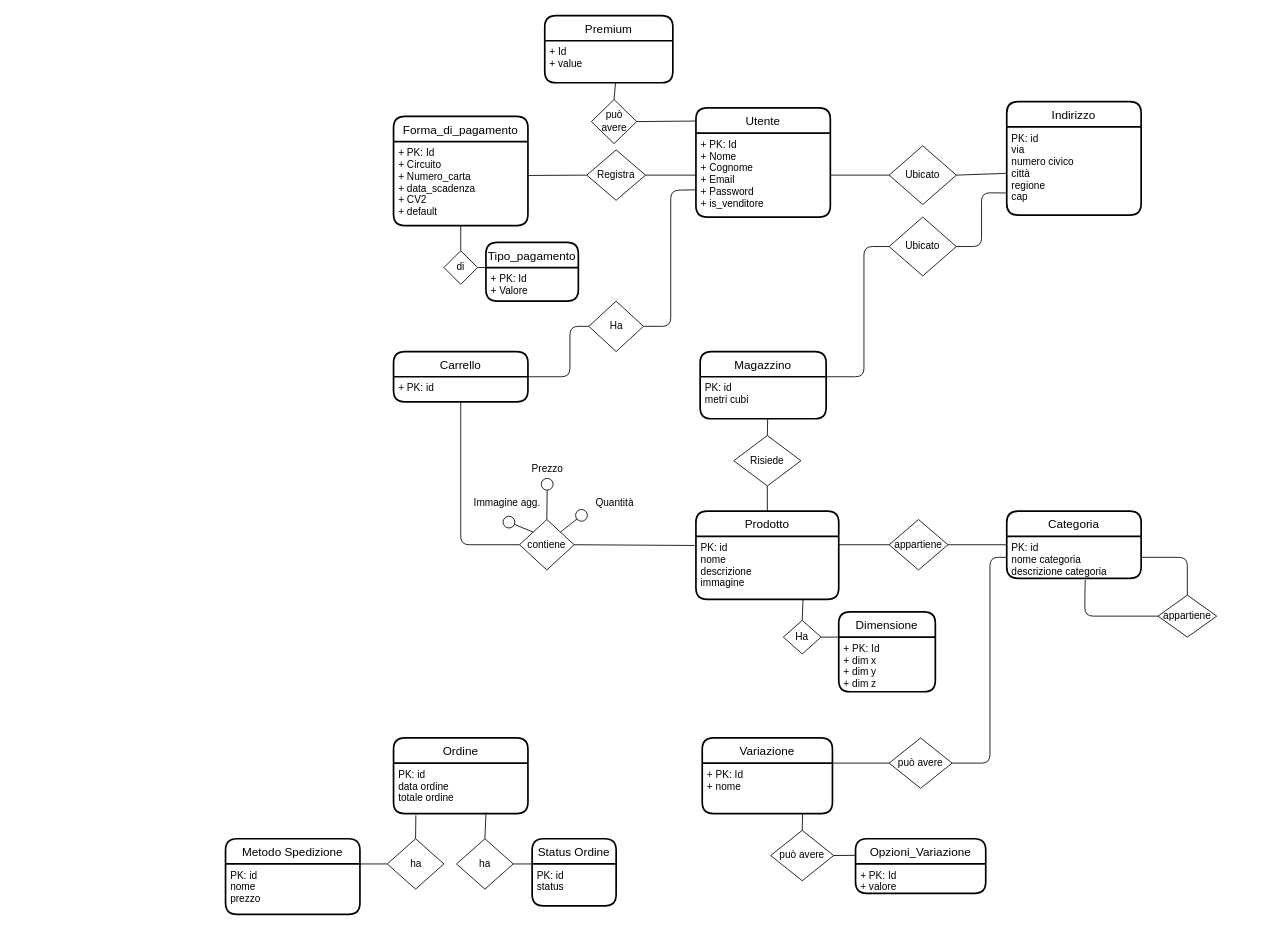
Before: doc/schema_concettuale_v4.drawio in EndriDomiUni/E-commerce, a draw.io diagram. Source tidied: cells renumbered, new cells numbered last; positions are measured from the earlier drawing's top-left corner, leaving out a move shared by most shapes. Both pictures are drawn from the tidied source at 84%, with x=0, y=0 at pixel (225, 15).
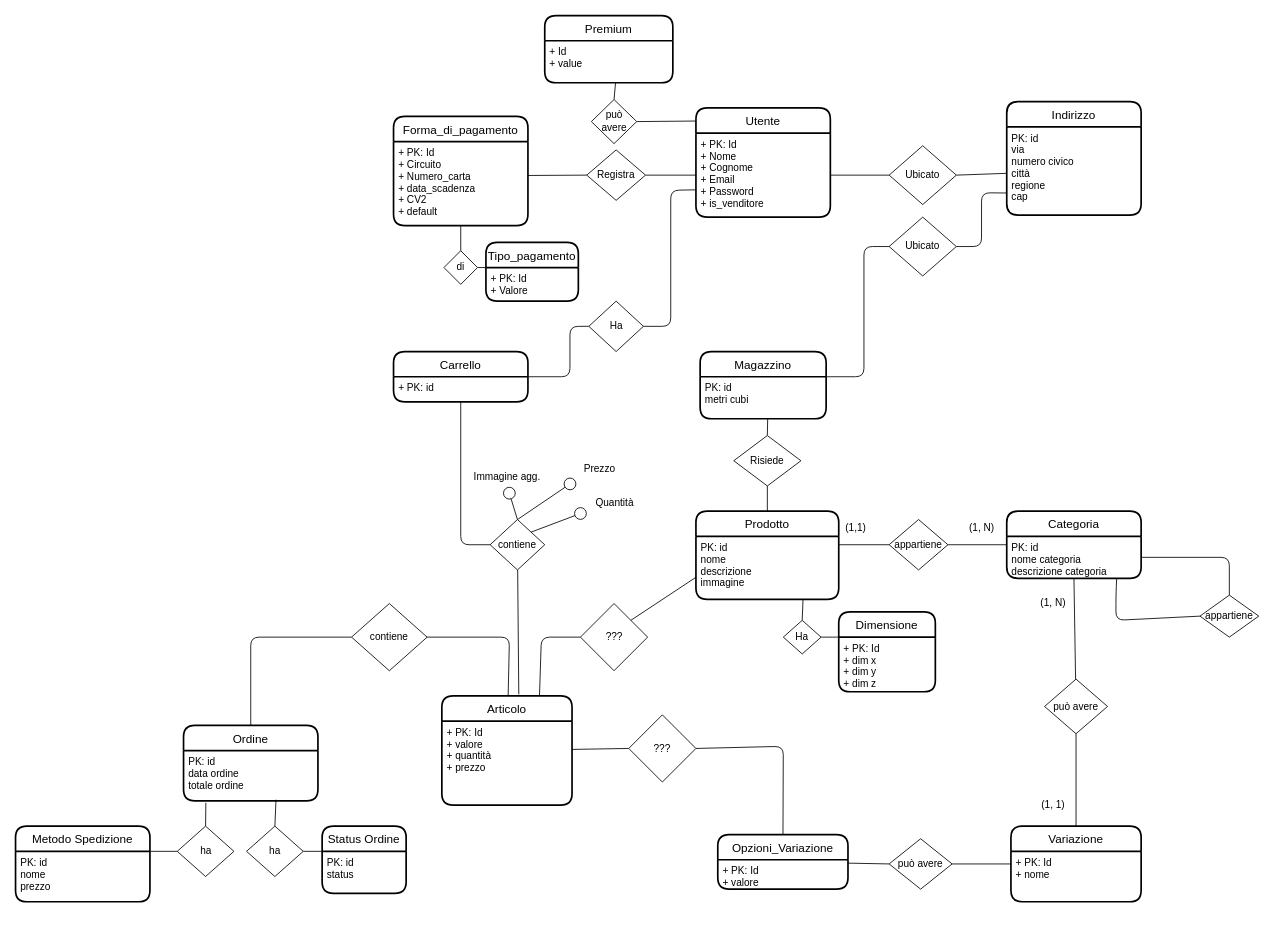
The same page after the edit.

Commit message:
Update schema concettuale v4

Unchanged cells that the change refers to:
```xml
<mxCell id="24" value="Prodotto" style="swimlane;horizontal=1;startSize=30;rounded=1;fontSize=14;fontStyle=0;strokeWidth=2;shadow=0;dashed=0;align=center;arcSize=15;" parent="1" vertex="1">
  <mxGeometry x="560" y="590" width="170" height="105" as="geometry" />
</mxCell>
<mxCell id="25" value="PK: id&#10;nome&#10;descrizione&#10;immagine&#10;" style="align=left;strokeColor=none;fillColor=none;spacingLeft=4;fontSize=12;verticalAlign=top;" parent="24" vertex="1">
  <mxGeometry y="30" width="170" height="75" as="geometry" />
</mxCell>
<mxCell id="27" value="PK: id&#10;nome categoria&#10;descrizione categoria" style="align=left;strokeColor=none;fillColor=none;spacingLeft=4;fontSize=12;verticalAlign=top;" parent="26" vertex="1">
  <mxGeometry y="30" width="160" height="50" as="geometry" />
</mxCell>
<mxCell id="35" value="+ PK: Id&#10;+ nome&#10;" style="align=left;strokeColor=none;fillColor=none;spacingLeft=4;fontSize=12;verticalAlign=top;" parent="34" vertex="1">
  <mxGeometry y="30" width="155" height="60" as="geometry" />
</mxCell>
```

Change to the diagram source:
```diff
@@
     <mxCell id="28" style="edgeStyle=none;html=1;exitX=0.5;exitY=0;exitDx=0;exitDy=0;entryX=1;entryY=0.5;entryDx=0;entryDy=0;endArrow=none;endFill=0;" parent="1" edge="1" source="30" target="27">
       <mxGeometry relative="1" as="geometry">
         <Array as="points">
-          <mxPoint x="1145" y="645" />
+          <mxPoint x="1195" y="645" />
         </Array>
       </mxGeometry>
     </mxCell>
-    <mxCell id="29" style="edgeStyle=none;html=1;exitX=0;exitY=0.5;exitDx=0;exitDy=0;entryX=0.584;entryY=1.04;entryDx=0;entryDy=0;entryPerimeter=0;endArrow=none;endFill=0;" parent="1" edge="1" source="30" target="27">
+    <mxCell id="29" style="edgeStyle=none;html=1;exitX=0;exitY=0.5;exitDx=0;exitDy=0;entryX=0.818;entryY=0.996;entryDx=0;entryDy=0;entryPerimeter=0;endArrow=none;endFill=0;" parent="1" edge="1" source="30" target="27">
       <mxGeometry relative="1" as="geometry">
         <Array as="points">
-          <mxPoint x="1023" y="715" />
-          <mxPoint x="1023" y="690" />
+          <mxPoint x="1060" y="720" />
+          <mxPoint x="1060" y="690" />
         </Array>
       </mxGeometry>
     </mxCell>
     <mxCell id="30" value="appartiene" style="shape=rhombus;perimeter=rhombusPerimeter;whiteSpace=wrap;html=1;align=center;" parent="1" vertex="1">
-      <mxGeometry x="1110" y="690" width="70" height="50" as="geometry" />
+      <mxGeometry x="1160" y="690" width="70" height="50" as="geometry" />
     </mxCell>
@@
     <mxCell id="34" value="Variazione" style="swimlane;horizontal=1;startSize=30;rounded=1;fontSize=14;fontStyle=0;strokeWidth=2;shadow=0;dashed=0;align=center;" parent="1" vertex="1">
-      <mxGeometry x="567.5" y="860" width="155" height="90" as="geometry" />
+      <mxGeometry x="935" y="965" width="155" height="90" as="geometry" />
     </mxCell>
@@
-    <mxCell id="36" style="edgeStyle=none;html=1;exitX=0;exitY=0.5;exitDx=0;exitDy=0;entryX=1;entryY=0;entryDx=0;entryDy=0;endArrow=none;endFill=0;" parent="1" edge="1" source="37" target="35">
-      <mxGeometry relative="1" as="geometry" />
-    </mxCell>
+    <mxCell id="83" style="edgeStyle=none;html=1;entryX=0.5;entryY=0;entryDx=0;entryDy=0;endArrow=none;endFill=0;" parent="1" edge="1" source="37" target="34">
+      <mxGeometry relative="1" as="geometry" />
+    </mxCell>
+    <mxCell id="84" style="edgeStyle=none;html=1;entryX=0.5;entryY=1;entryDx=0;entryDy=0;endArrow=none;endFill=0;" parent="1" edge="1" source="37" target="27">
+      <mxGeometry relative="1" as="geometry" />
+    </mxCell>
     <mxCell id="37" value="può avere" style="shape=rhombus;perimeter=rhombusPerimeter;whiteSpace=wrap;html=1;align=center;" parent="1" vertex="1">
-      <mxGeometry x="790" y="860" width="75" height="60" as="geometry" />
+      <mxGeometry x="975" y="790" width="75" height="65" as="geometry" />
     </mxCell>
+    <mxCell id="85" style="edgeStyle=none;html=1;entryX=0;entryY=0.5;entryDx=0;entryDy=0;endArrow=none;endFill=0;" parent="1" edge="1" source="38" target="42">
+      <mxGeometry relative="1" as="geometry" />
+    </mxCell>
+    <mxCell id="86" style="edgeStyle=none;html=1;endArrow=none;endFill=0;entryX=1;entryY=0.5;entryDx=0;entryDy=0;" parent="1" edge="1" source="38" target="94">
+      <mxGeometry relative="1" as="geometry">
+        <Array as="points">
+          <mxPoint x="664" y="870" />
+        </Array>
+      </mxGeometry>
+    </mxCell>
     <mxCell id="38" value="Opzioni_Variazione" style="swimlane;horizontal=1;startSize=30;rounded=1;fontSize=14;fontStyle=0;strokeWidth=2;shadow=0;dashed=0;align=center;" parent="1" vertex="1">
-      <mxGeometry x="750" y="980" width="155" height="65" as="geometry" />
+      <mxGeometry x="586" y="975" width="155" height="65" as="geometry" />
     </mxCell>
@@
-    <mxCell id="40" style="edgeStyle=none;html=1;exitX=0.5;exitY=0;exitDx=0;exitDy=0;endArrow=none;endFill=0;" parent="1" edge="1" source="42">
-      <mxGeometry relative="1" as="geometry">
-        <mxPoint x="687" y="950" as="targetPoint" />
-      </mxGeometry>
-    </mxCell>
-    <mxCell id="41" style="edgeStyle=none;html=1;exitX=1;exitY=0.5;exitDx=0;exitDy=0;entryX=-0.003;entryY=0.304;entryDx=0;entryDy=0;entryPerimeter=0;endArrow=none;endFill=0;" parent="1" edge="1" source="42" target="38">
-      <mxGeometry relative="1" as="geometry" />
-    </mxCell>
+    <mxCell id="87" style="edgeStyle=none;html=1;entryX=0;entryY=0.5;entryDx=0;entryDy=0;endArrow=none;endFill=0;" parent="1" edge="1" source="42" target="34">
+      <mxGeometry relative="1" as="geometry" />
+    </mxCell>
     <mxCell id="42" value="può avere" style="shape=rhombus;perimeter=rhombusPerimeter;whiteSpace=wrap;html=1;align=center;" parent="1" vertex="1">
-      <mxGeometry x="649" y="970" width="75" height="60" as="geometry" />
+      <mxGeometry x="790" y="980" width="75" height="60" as="geometry" />
     </mxCell>
@@
-    <mxCell id="53" style="edgeStyle=none;html=1;exitX=0;exitY=0.5;exitDx=0;exitDy=0;entryX=1;entryY=0.5;entryDx=0;entryDy=0;endArrow=none;endFill=0;" parent="1" edge="1" source="27" target="37">
-      <mxGeometry relative="1" as="geometry">
-        <Array as="points">
-          <mxPoint x="910" y="645" />
-          <mxPoint x="910" y="890" />
-        </Array>
-      </mxGeometry>
-    </mxCell>
@@
-    <mxCell id="57" style="edgeStyle=none;html=1;exitX=1;exitY=0.5;exitDx=0;exitDy=0;entryX=-0.01;entryY=0.145;entryDx=0;entryDy=0;entryPerimeter=0;endArrow=none;endFill=0;" parent="1" edge="1" source="58" target="25">
-      <mxGeometry relative="1" as="geometry" />
-    </mxCell>
+    <mxCell id="88" style="edgeStyle=none;html=1;entryX=0.591;entryY=-0.015;entryDx=0;entryDy=0;entryPerimeter=0;endArrow=none;endFill=0;" parent="1" edge="1" source="58" target="92">
+      <mxGeometry relative="1" as="geometry" />
+    </mxCell>
     <mxCell id="58" value="contiene" style="shape=rhombus;perimeter=rhombusPerimeter;whiteSpace=wrap;html=1;align=center;" parent="1" vertex="1">
-      <mxGeometry x="350" y="600" width="65" height="60" as="geometry" />
+      <mxGeometry x="315" y="600" width="65" height="60" as="geometry" />
     </mxCell>
@@
-    <mxCell id="62" style="edgeStyle=none;html=1;endArrow=circle;endFill=0;exitX=0;exitY=0;exitDx=0;exitDy=0;" parent="1" edge="1" source="58">
-      <mxGeometry relative="1" as="geometry">
-        <mxPoint x="330" y="600" as="targetPoint" />
-      </mxGeometry>
+    <mxCell id="62" style="edgeStyle=none;html=1;endArrow=circle;endFill=0;exitX=0.5;exitY=0;exitDx=0;exitDy=0;entryX=0.506;entryY=1.048;entryDx=0;entryDy=0;entryPerimeter=0;" parent="1" edge="1" source="58" target="63">
+      <mxGeometry relative="1" as="geometry" />
     </mxCell>
     <mxCell id="63" value="Immagine agg." style="text;html=1;align=center;verticalAlign=middle;points=[];strokeColor=none;fillColor=none;" parent="1" vertex="1">
-      <mxGeometry x="290" y="570" width="90" height="20" as="geometry" />
+      <mxGeometry x="290" y="540" width="90" height="20" as="geometry" />
     </mxCell>
-    <mxCell id="64" style="edgeStyle=none;html=1;endArrow=circle;endFill=0;exitX=0.5;exitY=0;exitDx=0;exitDy=0;" parent="1" edge="1" source="58">
-      <mxGeometry relative="1" as="geometry">
-        <mxPoint x="383" y="550" as="targetPoint" />
-      </mxGeometry>
+    <mxCell id="64" style="edgeStyle=none;html=1;endArrow=circle;endFill=0;exitX=0.5;exitY=0;exitDx=0;exitDy=0;entryX=-0.066;entryY=1.156;entryDx=0;entryDy=0;entryPerimeter=0;" parent="1" edge="1" source="58" target="65">
+      <mxGeometry relative="1" as="geometry" />
     </mxCell>
     <mxCell id="65" value="Prezzo" style="text;html=1;align=center;verticalAlign=middle;points=[];strokeColor=none;fillColor=none;" parent="1" vertex="1">
-      <mxGeometry x="357.5" y="530" width="50" height="20" as="geometry" />
+      <mxGeometry x="420" y="530" width="50" height="20" as="geometry" />
     </mxCell>
     <mxCell id="66" value="Ordine" style="swimlane;horizontal=1;startSize=30;rounded=1;fontSize=14;fontStyle=0;strokeWidth=2;shadow=0;dashed=0;align=center;" parent="1" vertex="1">
-      <mxGeometry x="200" y="860" width="160" height="90" as="geometry" />
+      <mxGeometry x="-50" y="845" width="160" height="90" as="geometry" />
     </mxCell>
@@
     <mxCell id="68" value="Status Ordine" style="swimlane;horizontal=1;startSize=30;rounded=1;fontSize=14;fontStyle=0;strokeWidth=2;shadow=0;dashed=0;align=center;" parent="1" vertex="1">
-      <mxGeometry x="365" y="980" width="100" height="80" as="geometry" />
+      <mxGeometry x="115" y="965" width="100" height="80" as="geometry" />
     </mxCell>
@@
     <mxCell id="72" value="ha" style="shape=rhombus;perimeter=rhombusPerimeter;whiteSpace=wrap;html=1;align=center;" parent="1" vertex="1">
-      <mxGeometry x="275" y="980" width="67.5" height="60" as="geometry" />
+      <mxGeometry x="25" y="965" width="67.5" height="60" as="geometry" />
     </mxCell>
     <mxCell id="73" value="Metodo Spedizione" style="swimlane;horizontal=1;startSize=30;rounded=1;fontSize=14;fontStyle=0;strokeWidth=2;shadow=0;dashed=0;align=center;" parent="1" vertex="1">
-      <mxGeometry y="980" width="160" height="90" as="geometry" />
+      <mxGeometry x="-250" y="965" width="160" height="90" as="geometry" />
     </mxCell>
@@
     <mxCell id="77" value="ha" style="shape=rhombus;perimeter=rhombusPerimeter;whiteSpace=wrap;html=1;align=center;" parent="1" vertex="1">
-      <mxGeometry x="192.5" y="980" width="67.5" height="60" as="geometry" />
+      <mxGeometry x="-57.5" y="965" width="67.5" height="60" as="geometry" />
     </mxCell>
@@
+    <mxCell id="89" style="edgeStyle=none;html=1;entryX=0;entryY=0.5;entryDx=0;entryDy=0;endArrow=none;endFill=0;" parent="1" edge="1" source="92" target="94">
+      <mxGeometry relative="1" as="geometry" />
+    </mxCell>
+    <mxCell id="90" style="edgeStyle=none;html=1;entryX=0;entryY=0.5;entryDx=0;entryDy=0;endArrow=none;endFill=0;exitX=0.75;exitY=0;exitDx=0;exitDy=0;" parent="1" edge="1" source="92" target="96">
+      <mxGeometry relative="1" as="geometry">
+        <Array as="points">
+          <mxPoint x="376" y="740" />
+        </Array>
+      </mxGeometry>
+    </mxCell>
+    <mxCell id="91" style="edgeStyle=none;html=1;endArrow=none;endFill=0;entryX=1;entryY=0.5;entryDx=0;entryDy=0;" parent="1" edge="1" source="92" target="98">
+      <mxGeometry relative="1" as="geometry">
+        <Array as="points">
+          <mxPoint x="338" y="740" />
+        </Array>
+      </mxGeometry>
+    </mxCell>
+    <mxCell id="92" value="Articolo" style="swimlane;horizontal=1;startSize=30;rounded=1;fontSize=14;fontStyle=0;strokeWidth=2;shadow=0;dashed=0;align=center;" parent="1" vertex="1">
+      <mxGeometry x="257.5" y="810" width="155" height="130" as="geometry" />
+    </mxCell>
+    <mxCell id="93" value="+ PK: Id&#10;+ valore&#10;+ quantità&#10;+ prezzo" style="align=left;strokeColor=none;fillColor=none;spacingLeft=4;fontSize=12;verticalAlign=top;" parent="92" vertex="1">
+      <mxGeometry y="30" width="155" height="100" as="geometry" />
+    </mxCell>
+    <mxCell id="94" value="???" style="rhombus;whiteSpace=wrap;html=1;" parent="1" vertex="1">
+      <mxGeometry x="480" y="832.5" width="80" height="80" as="geometry" />
+    </mxCell>
+    <mxCell id="95" style="edgeStyle=none;html=1;exitX=1;exitY=0;exitDx=0;exitDy=0;entryX=0;entryY=0.75;entryDx=0;entryDy=0;endArrow=none;endFill=0;" parent="1" edge="1" source="96" target="24">
+      <mxGeometry relative="1" as="geometry" />
+    </mxCell>
+    <mxCell id="96" value="???" style="rhombus;whiteSpace=wrap;html=1;" parent="1" vertex="1">
+      <mxGeometry x="422.5" y="700" width="80" height="80" as="geometry" />
+    </mxCell>
+    <mxCell id="97" style="edgeStyle=none;html=1;entryX=0.5;entryY=0;entryDx=0;entryDy=0;endArrow=none;endFill=0;exitX=0;exitY=0.5;exitDx=0;exitDy=0;" parent="1" edge="1" source="98" target="66">
+      <mxGeometry relative="1" as="geometry">
+        <Array as="points">
+          <mxPoint x="30" y="740" />
+        </Array>
+      </mxGeometry>
+    </mxCell>
+    <mxCell id="98" value="contiene" style="rhombus;whiteSpace=wrap;html=1;" parent="1" vertex="1">
+      <mxGeometry x="150" y="700" width="90" height="80" as="geometry" />
+    </mxCell>
+    <mxCell id="99" value="(1,1)" style="text;html=1;align=center;verticalAlign=middle;strokeColor=none;fillColor=none;" parent="1" vertex="1">
+      <mxGeometry x="730" y="600" width="40" height="20" as="geometry" />
+    </mxCell>
+    <mxCell id="100" value="(1, N)" style="text;html=1;align=center;verticalAlign=middle;strokeColor=none;fillColor=none;" parent="1" vertex="1">
+      <mxGeometry x="875" y="600" width="50" height="20" as="geometry" />
+    </mxCell>
+    <mxCell id="101" value="(1, N)" style="text;html=1;align=center;verticalAlign=middle;strokeColor=none;fillColor=none;" parent="1" vertex="1">
+      <mxGeometry x="960" y="690" width="50" height="20" as="geometry" />
+    </mxCell>
+    <mxCell id="102" value="(1, 1)" style="text;html=1;align=center;verticalAlign=middle;strokeColor=none;fillColor=none;" parent="1" vertex="1">
+      <mxGeometry x="965" y="930" width="40" height="20" as="geometry" />
+    </mxCell>
```
